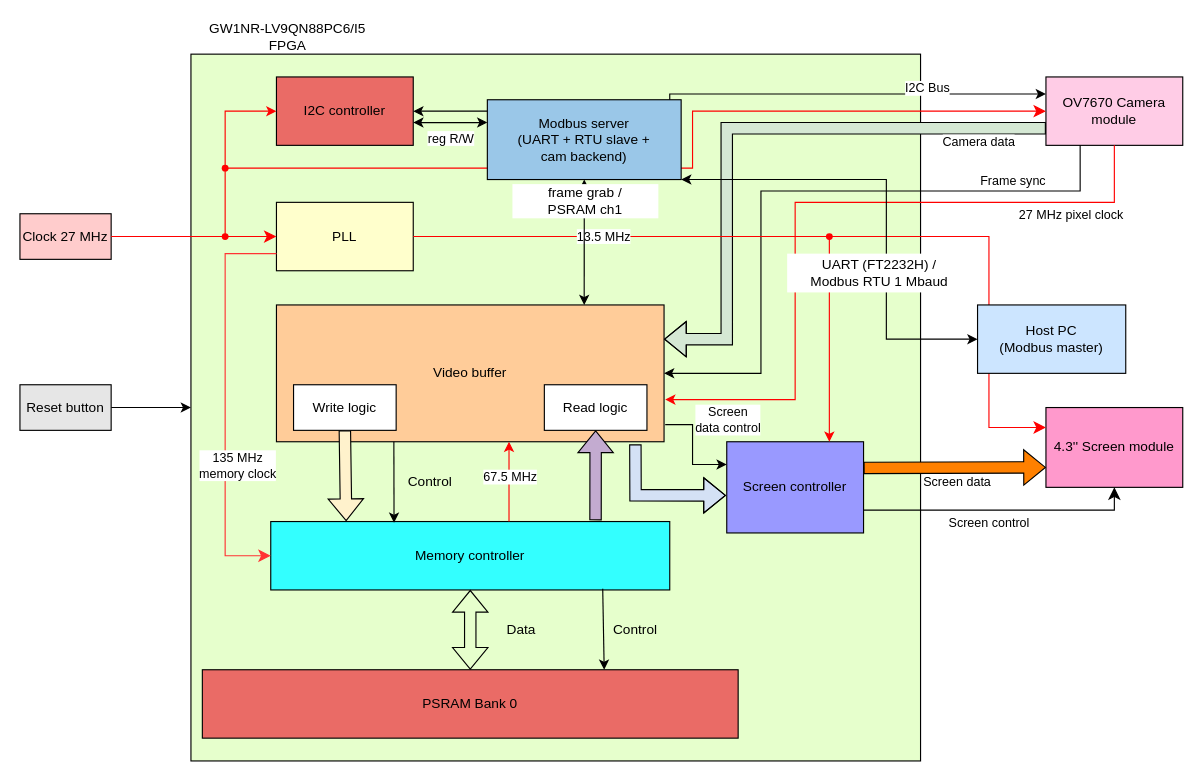
Before: doc/system_structure.drawio in phoenix367/tang_nano_9K_ov7670, a draw.io diagram. Source tidied: cells renumbered, new cells numbered last; positions are measured from the earlier drawing's top-left corner, leaving out a move shared by most shapes. Both pictures are drawn from the tidied source at 114%, with x=0, y=0 at pixel (19, 19).
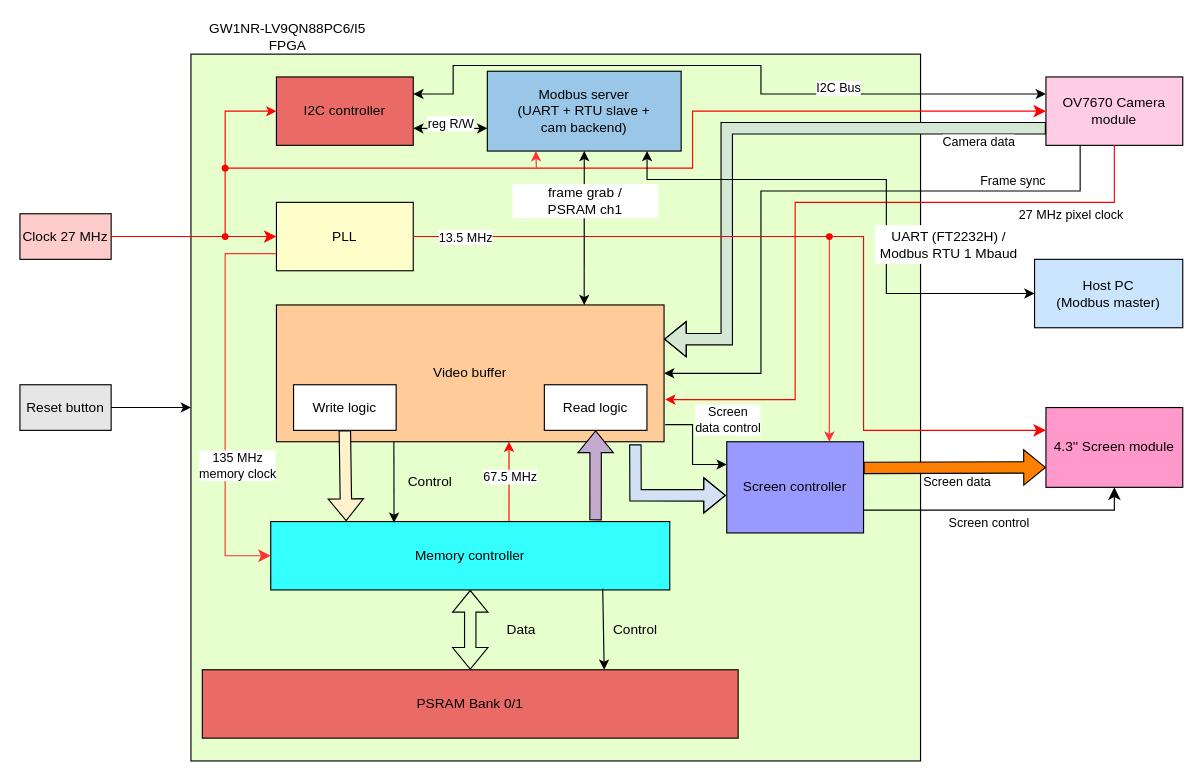
Above is the later version.

Commit message (it also covers changes not shown here):
Re-export system_structure diagram

Regenerate the PNG from the current .drawio (PSRAM Bank 0/1 label, Host PC
placement, cleaned-up Modbus links).

The change refers to these unchanged cells:
```xml
<mxCell id="5" value="I2C controller" style="rounded=0;whiteSpace=wrap;html=1;fillColor=#EA6B66;" parent="1" vertex="1">
  <mxGeometry x="225" y="50" width="120" height="60" as="geometry" />
</mxCell>
<mxCell id="12" value="PLL" style="rounded=0;whiteSpace=wrap;html=1;fillColor=#FFFFCC;" parent="1" vertex="1">
  <mxGeometry x="225" y="160" width="120" height="60" as="geometry" />
</mxCell>
<mxCell id="26" value="OV7670 Camera module" style="rounded=0;whiteSpace=wrap;html=1;fillColor=#FFCCE6;" parent="1" vertex="1">
  <mxGeometry x="900" y="50" width="120" height="60" as="geometry" />
</mxCell>
<mxCell id="27" value="4.3'' Screen module" style="rounded=0;whiteSpace=wrap;html=1;fillColor=#FF99CC;" parent="1" vertex="1">
  <mxGeometry x="900" y="340" width="120" height="70" as="geometry" />
</mxCell>
<mxCell id="44" value="Screen controller" style="rounded=0;whiteSpace=wrap;html=1;fillColor=#9999FF;" parent="1" vertex="1">
  <mxGeometry x="620" y="370" width="120" height="80" as="geometry" />
</mxCell>
```

Diff of the diagram source:
```diff
@@
-    <mxCell id="6" value="PSRAM Bank 0" style="rounded=0;whiteSpace=wrap;html=1;fillColor=#EA6B66;" parent="1" vertex="1">
+    <mxCell id="6" value="PSRAM Bank 0/1" style="rounded=0;whiteSpace=wrap;html=1;fillColor=#EA6B66;" parent="1" vertex="1">
       <mxGeometry x="160" y="570" width="470" height="60" as="geometry" />
     </mxCell>
@@
-    <mxCell id="28" style="endArrow=classic;startArrow=classic;html=1;rounded=0;exitX=1;exitY=0.5;exitDx=0;exitDy=0;entryX=0;entryY=0.25;entryDx=0;entryDy=0;" parent="1" edge="1" source="5" target="26">
+    <mxCell id="28" style="endArrow=classic;startArrow=classic;html=1;rounded=0;exitX=1;exitY=0.25;exitDx=0;exitDy=0;entryX=0;entryY=0.25;entryDx=0;entryDy=0;" parent="1" edge="1" source="5" target="26">
       <mxGeometry relative="1" as="geometry">
         <Array as="points">
-          <mxPoint x="570" y="80" />
-          <mxPoint x="570" y="65" />
+          <mxPoint x="380" y="65" />
+          <mxPoint x="380" y="40" />
+          <mxPoint x="650" y="40" />
           <mxPoint x="650" y="65" />
         </Array>
       </mxGeometry>
     </mxCell>
     <mxCell id="29" value="I2C Bus" style="edgeLabel;html=1;align=center;verticalAlign=middle;" parent="28" vertex="1">
       <mxGeometry x="0.8" y="3" relative="1" as="geometry">
-        <mxPoint x="-48" y="-2" as="offset" />
+        <mxPoint x="-123" y="-2" as="offset" />
       </mxGeometry>
     </mxCell>
@@
-    <mxCell id="33" style="edgeStyle=elbowEdgeStyle;elbow=horizontal;endArrow=classic;html=1;curved=0;rounded=0;endSize=8;startSize=8;exitDx=0;exitDy=0;entryX=0;entryY=0.25;entryDx=0;entryDy=0;strokeColor=#FF0000;" parent="1" edge="1" source="51" target="27">
+    <mxCell id="33" style="edgeStyle=elbowEdgeStyle;elbow=horizontal;endArrow=classic;html=1;curved=0;rounded=0;endSize=8;startSize=8;exitDx=0;exitDy=0;entryX=0;entryY=0.25;entryDx=0;entryDy=0;strokeColor=#FF0000;" parent="1" edge="1">
       <mxGeometry relative="1" as="geometry">
+        <mxPoint x="710" y="190" as="sourcePoint" />
+        <mxPoint x="900" y="360" as="targetPoint" />
         <Array as="points">
-          <mxPoint x="850" y="260" />
+          <mxPoint x="740" y="282.5" />
         </Array>
       </mxGeometry>
     </mxCell>
@@
-    <mxCell id="48" style="endArrow=classic;html=1;rounded=0;entryX=0.75;entryY=0;entryDx=0;entryDy=0;strokeColor=#FF0000;" parent="1" edge="1" target="44">
-      <mxGeometry relative="1" as="geometry">
-        <mxPoint x="710" y="190" as="sourcePoint" />
-      </mxGeometry>
-    </mxCell>
-    <mxCell id="49" style="edgeStyle=elbowEdgeStyle;elbow=horizontal;endArrow=none;html=1;curved=0;rounded=0;endSize=8;startSize=8;exitX=1;exitY=0.5;exitDx=0;exitDy=0;entryDx=0;entryDy=0;strokeColor=#FF0000;" parent="1" edge="1" source="12" target="51">
-      <mxGeometry relative="1" as="geometry" />
+    <mxCell id="49" style="edgeStyle=elbowEdgeStyle;elbow=horizontal;endArrow=none;html=1;curved=0;rounded=0;endSize=8;startSize=8;exitX=1;exitY=0.5;exitDx=0;exitDy=0;entryDx=0;entryDy=0;strokeColor=#FF0000;" parent="1" edge="1" source="12">
+      <mxGeometry relative="1" as="geometry">
+        <mxPoint x="710" y="190" as="targetPoint" />
+      </mxGeometry>
     </mxCell>
     <mxCell id="50" value="13.5 MHz" style="edgeLabel;html=1;align=center;verticalAlign=middle;" parent="49" vertex="1">
-      <mxGeometry x="-0.09" y="1" relative="1" as="geometry" />
+      <mxGeometry x="-0.09" y="1" relative="1" as="geometry">
+        <mxPoint x="-121" y="1" as="offset" />
+      </mxGeometry>
     </mxCell>
-    <mxCell id="51" style="shape=waypoint;sketch=0;fillStyle=solid;size=6;points=[];fillColor=none;perimeter=centerPerimeter;snapToPoint=1;strokeColor=#FF0000;" parent="1" vertex="1">
-      <mxGeometry x="700" y="180" width="20" height="20" as="geometry" />
-    </mxCell>
@@
     <mxCell id="56" value="Modbus server&lt;br&gt;(UART + RTU slave +&lt;br&gt;cam backend)" style="rounded=0;whiteSpace=wrap;html=1;fillColor=#9AC7E8;" parent="1" vertex="1">
-      <mxGeometry x="410" y="70" width="170" height="70" as="geometry" />
+      <mxGeometry x="410" y="45" width="170" height="70" as="geometry" />
     </mxCell>
     <mxCell id="57" value="Host PC&lt;br&gt;(Modbus master)" style="rounded=0;whiteSpace=wrap;html=1;fillColor=#CCE5FF;" parent="1" vertex="1">
-      <mxGeometry x="840" y="250" width="130" height="60" as="geometry" />
+      <mxGeometry x="890" y="210" width="130" height="60" as="geometry" />
     </mxCell>
-    <mxCell id="58" style="edgeStyle=orthogonalEdgeStyle;rounded=0;html=1;endArrow=classic;startArrow=classic;exitX=1;exitY=1;exitDx=0;exitDy=0;entryX=0;entryY=0.5;entryDx=0;entryDy=0;" parent="1" edge="1" source="56" target="57">
+    <mxCell id="58" style="edgeStyle=orthogonalEdgeStyle;rounded=0;html=1;endArrow=classic;startArrow=classic;entryX=0;entryY=0.5;entryDx=0;entryDy=0;exitX=0.824;exitY=1;exitDx=0;exitDy=0;exitPerimeter=0;" parent="1" edge="1" source="56" target="57">
       <mxGeometry relative="1" as="geometry">
         <Array as="points">
+          <mxPoint x="550" y="140" />
           <mxPoint x="760" y="140" />
-          <mxPoint x="760" y="280" />
+          <mxPoint x="760" y="240" />
         </Array>
       </mxGeometry>
     </mxCell>
     <mxCell id="59" value="UART (FT2232H) /&lt;br&gt;Modbus RTU 1 Mbaud" style="text;html=1;align=center;verticalAlign=middle;whiteSpace=wrap;rounded=0;fillColor=#FFFFFF;strokeColor=none;" parent="1" vertex="1">
-      <mxGeometry x="673" y="205" width="162" height="34" as="geometry" />
+      <mxGeometry x="750" y="180" width="130" height="34" as="geometry" />
     </mxCell>
-    <mxCell id="60" style="edgeStyle=orthogonalEdgeStyle;rounded=0;html=1;endArrow=classic;startArrow=classic;exitX=0;exitY=0.286;exitDx=0;exitDy=0;entryX=1;entryY=0.667;entryDx=0;entryDy=0;" parent="1" edge="1" source="56" target="5">
-      <mxGeometry relative="1" as="geometry" />
+    <mxCell id="60" style="edgeStyle=orthogonalEdgeStyle;rounded=0;html=1;endArrow=classic;startArrow=classic;entryX=1;entryY=0.75;entryDx=0;entryDy=0;" parent="1" edge="1" target="5">
+      <mxGeometry relative="1" as="geometry">
+        <mxPoint x="410" y="95" as="sourcePoint" />
+      </mxGeometry>
     </mxCell>
     <mxCell id="61" value="reg R/W" style="edgeLabel;html=1;align=center;verticalAlign=middle;fillColor=#FFFFFF;labelBackgroundColor=#FFFFFF;" parent="60" vertex="1">
       <mxGeometry relative="1" as="geometry">
-        <mxPoint y="13" as="offset" />
+        <mxPoint y="-5" as="offset" />
       </mxGeometry>
     </mxCell>
@@
+    <mxCell id="64" style="endArrow=classic;html=1;rounded=0;entryX=0.75;entryY=0;entryDx=0;entryDy=0;strokeColor=#FF3333;" parent="1" edge="1" source="51" target="44">
+      <mxGeometry relative="1" as="geometry" />
+    </mxCell>
+    <mxCell id="65" style="endArrow=classic;html=1;rounded=0;entryDx=0;entryDy=0;strokeColor=#FF3333;" parent="1" edge="1" target="51">
+      <mxGeometry relative="1" as="geometry">
+        <mxPoint x="710" y="190" as="sourcePoint" />
+      </mxGeometry>
+    </mxCell>
+    <mxCell id="51" style="shape=waypoint;sketch=0;fillStyle=solid;size=6;points=[];fillColor=none;perimeter=centerPerimeter;snapToPoint=1;strokeColor=#FF0000;" parent="1" vertex="1">
+      <mxGeometry x="700" y="180" width="20" height="20" as="geometry" />
+    </mxCell>
+    <mxCell id="66" style="endArrow=classic;html=1;rounded=0;entryX=0.25;entryY=1;entryDx=0;entryDy=0;strokeColor=#FF3333;" parent="1" edge="1" target="56">
+      <mxGeometry relative="1" as="geometry">
+        <mxPoint x="453" y="130" as="sourcePoint" />
+      </mxGeometry>
+    </mxCell>
```
